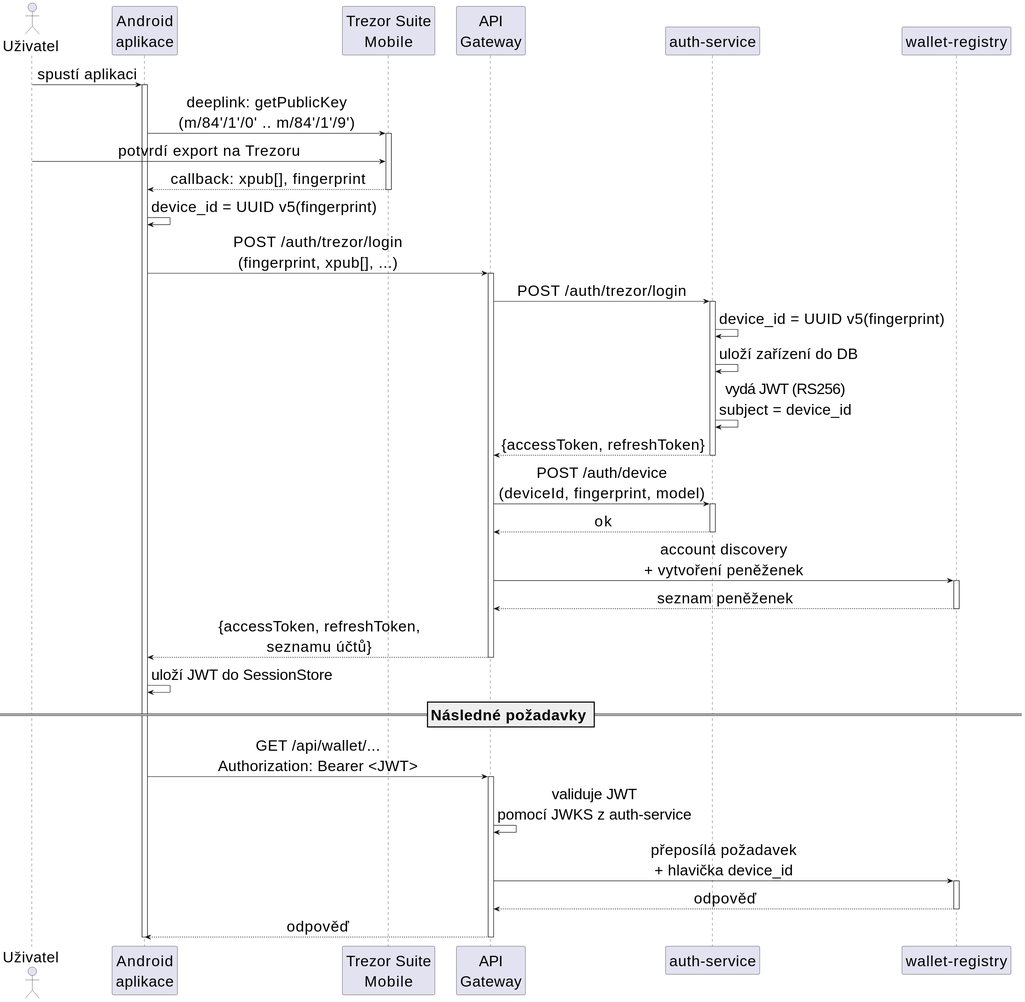
The PlantUML diagram DOCS/thesis/img/auth-flow.svg in Majny/bitcoin-multisig-wallet, before a commit.
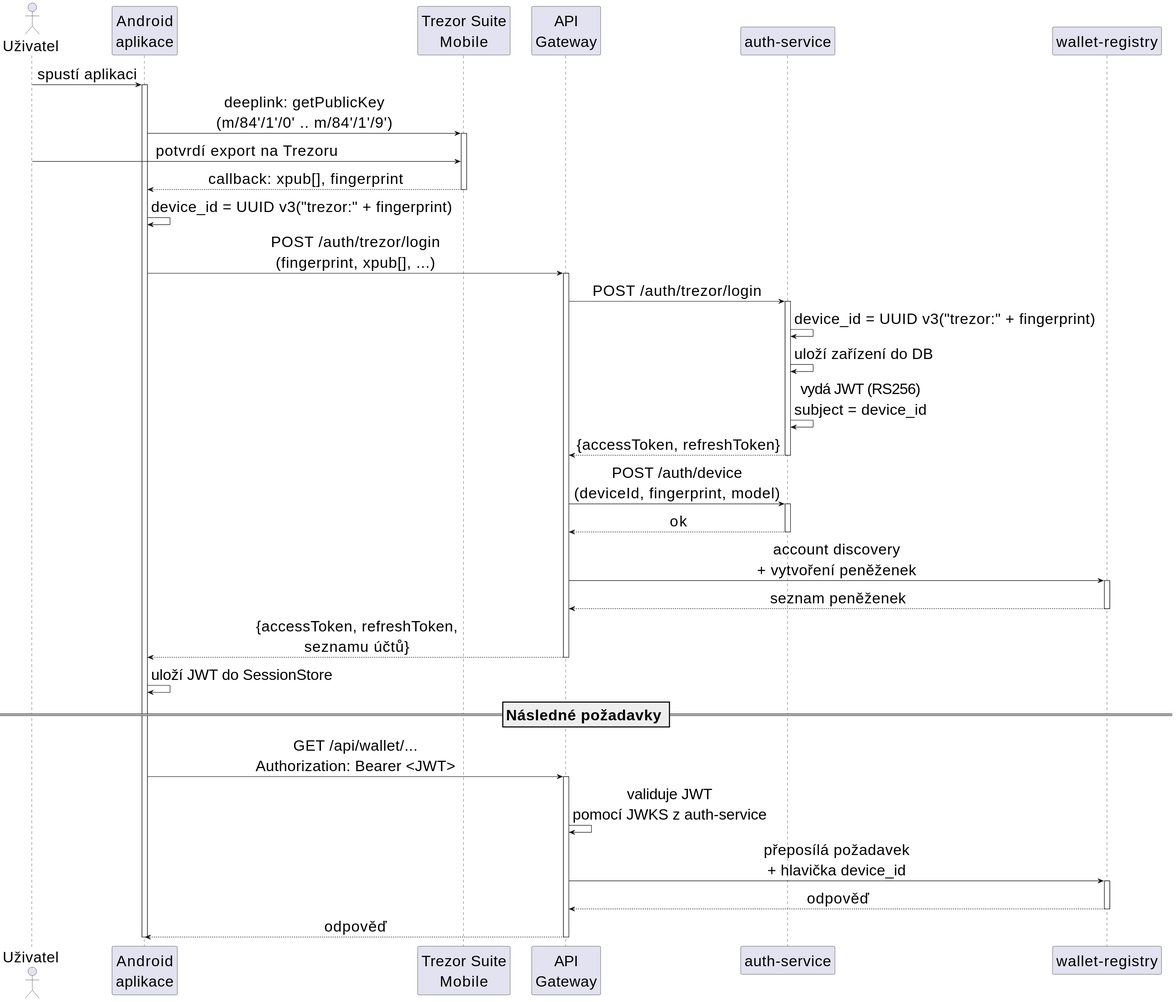
The same file after the commit.

Diff of the diagram source:
```diff
@@ -22,14 +22,14 @@
 tsm --> app : callback: xpub[], fingerprint
 deactivate tsm
 
-app -> app : device_id = UUID v5(fingerprint)
+app -> app : device_id = UUID v3("trezor:" + fingerprint)
 
 app -> gw : POST /auth/trezor/login\n(fingerprint, xpub[], ...)
 activate gw
 
 gw -> auth : POST /auth/trezor/login
 activate auth
-auth -> auth : device_id = UUID v5(fingerprint)
+auth -> auth : device_id = UUID v3("trezor:" + fingerprint)
 auth -> auth : uloží zařízení do DB
 auth -> auth : vydá JWT (RS256)\nsubject = device_id
 auth --> gw : {accessToken, refreshToken}
```
